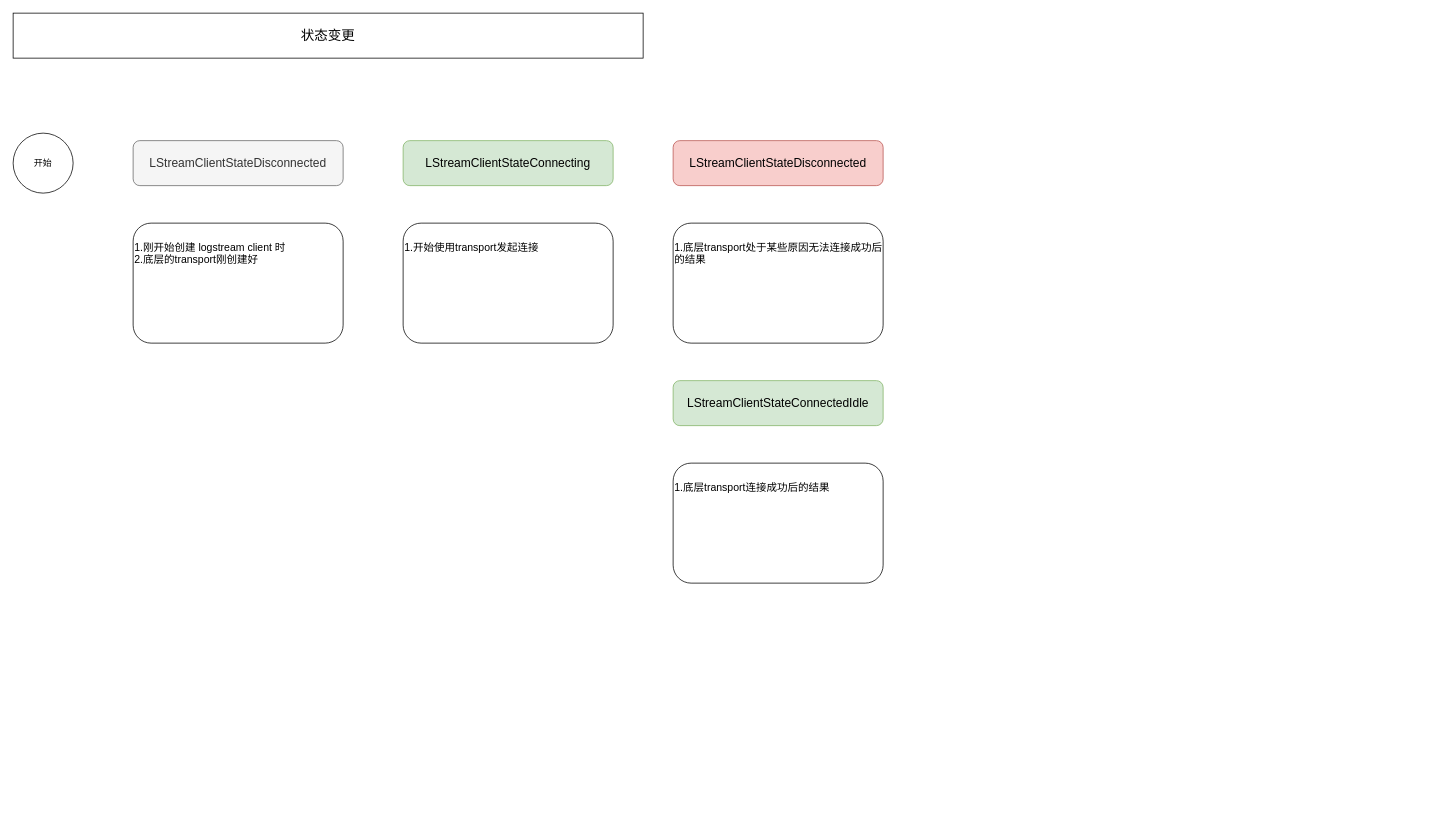
Above: page "logstream client" (2 of 2) of docs/analyze/nerdlog.drawio in mawen12/nerdlog (draw.io), before the change. Source tidied: cells renumbered, new cells numbered last; positions are measured from the earlier drawing's top-left corner, leaving out a move shared by most shapes. Both pictures are drawn from the tidied source at 75%, with x=0, y=0 at pixel (13, 13).
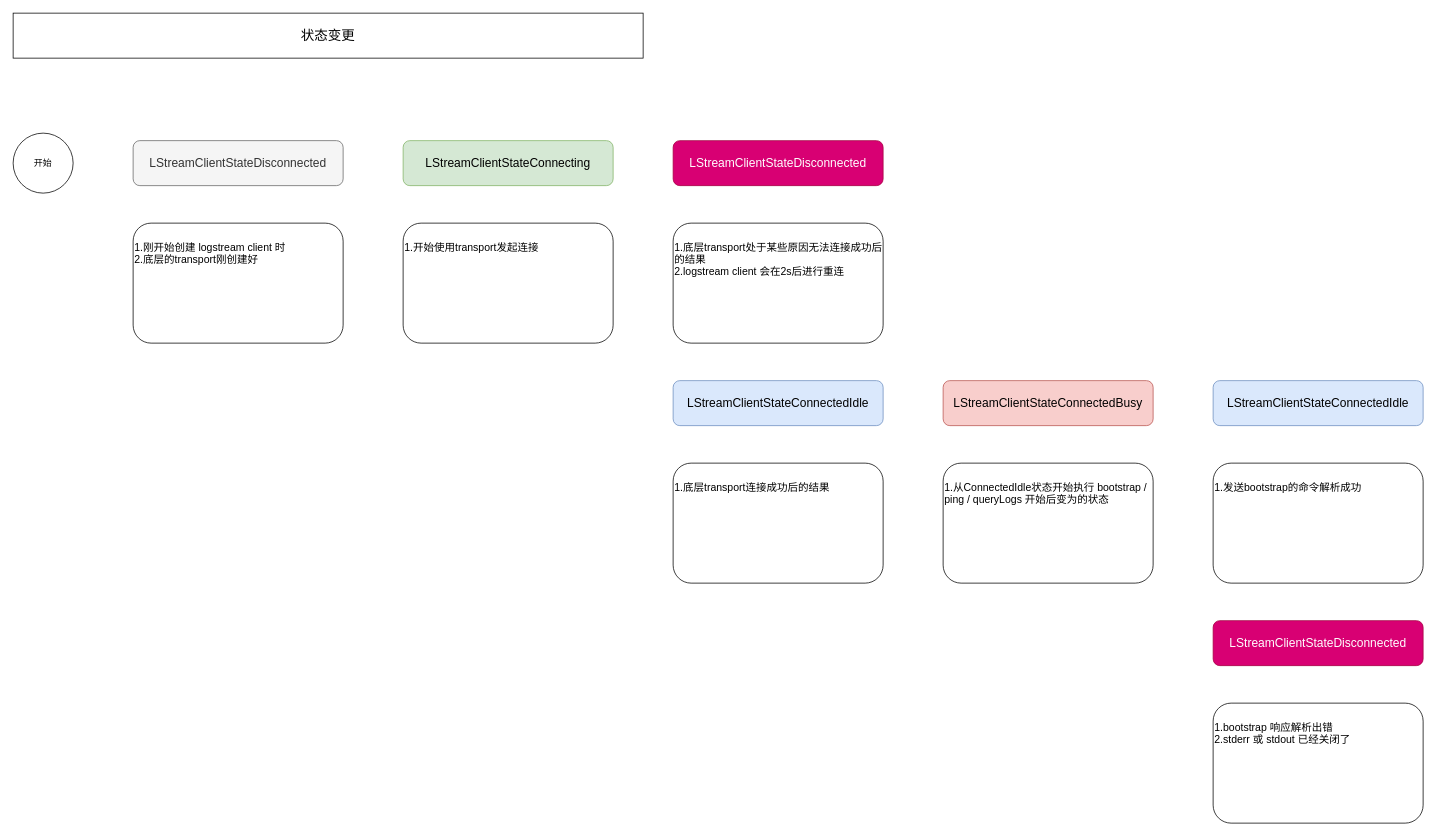
The same diagram, later.

Diff of the diagram source:
```diff
@@
 <mxGraphModel>
   <root>
     <mxCell id="0" />
     <mxCell id="1" parent="0" />
     <mxCell id="2" value="状态变更" style="rounded=0;whiteSpace=wrap;html=1;fontSize=18;" parent="1" vertex="1">
       <mxGeometry width="840" height="60" as="geometry" />
     </mxCell>
     <mxCell id="3" value="开始" style="ellipse;whiteSpace=wrap;html=1;" parent="1" vertex="1">
       <mxGeometry y="160" width="80" height="80" as="geometry" />
     </mxCell>
     <mxCell id="4" value="&lt;span&gt;LStreamClientStateDisconnected&lt;/span&gt;" style="rounded=1;whiteSpace=wrap;html=1;fontSize=16;labelBorderColor=none;labelBackgroundColor=none;fillColor=#f5f5f5;fontColor=#333333;strokeColor=#666666;" parent="1" vertex="1">
       <mxGeometry x="160" y="170" width="280" height="60" as="geometry" />
     </mxCell>
     <mxCell id="5" value="LStreamClientStateConnecting" style="rounded=1;whiteSpace=wrap;html=1;fontSize=16;labelBorderColor=none;labelBackgroundColor=none;fillColor=#d5e8d4;strokeColor=#82b366;" parent="1" vertex="1">
       <mxGeometry x="520" y="170" width="280" height="60" as="geometry" />
     </mxCell>
     <mxCell id="6" value="&lt;div&gt;&lt;br&gt;&lt;/div&gt;&lt;div&gt;1.刚开始创建 logstream client 时&lt;/div&gt;&lt;div&gt;2.底层的transport刚创建好&lt;/div&gt;&lt;div&gt;&lt;br&gt;&lt;/div&gt;" style="rounded=1;whiteSpace=wrap;html=1;align=left;verticalAlign=top;fontSize=14;" parent="1" vertex="1">
       <mxGeometry x="160" y="280" width="280" height="160" as="geometry" />
     </mxCell>
     <mxCell id="7" value="&lt;div&gt;&lt;br&gt;&lt;/div&gt;&lt;div&gt;1.开始使用transport发起连接&lt;/div&gt;&lt;div&gt;&lt;br&gt;&lt;/div&gt;" style="rounded=1;whiteSpace=wrap;html=1;align=left;verticalAlign=top;fontSize=14;" parent="1" vertex="1">
       <mxGeometry x="520" y="280" width="280" height="160" as="geometry" />
     </mxCell>
-    <mxCell id="8" value="LStreamClientStateDisconnected" style="rounded=1;whiteSpace=wrap;html=1;fontSize=16;labelBorderColor=none;labelBackgroundColor=none;fillColor=#f8cecc;strokeColor=#b85450;" parent="1" vertex="1">
+    <mxCell id="8" value="LStreamClientStateDisconnected" style="rounded=1;whiteSpace=wrap;html=1;fontSize=16;labelBorderColor=none;labelBackgroundColor=none;fillColor=#d80073;strokeColor=#A50040;fontColor=#ffffff;" parent="1" vertex="1">
       <mxGeometry x="880" y="170" width="280" height="60" as="geometry" />
     </mxCell>
-    <mxCell id="9" value="&lt;div&gt;&lt;br&gt;&lt;/div&gt;&lt;div&gt;1.底层transport处于某些原因无法连接成功后的结果&lt;/div&gt;&lt;div&gt;&lt;br&gt;&lt;/div&gt;" style="rounded=1;whiteSpace=wrap;html=1;align=left;verticalAlign=top;fontSize=14;" parent="1" vertex="1">
+    <mxCell id="9" value="&lt;div&gt;&lt;br&gt;&lt;/div&gt;&lt;div&gt;1.底层transport处于某些原因无法连接成功后的结果&lt;/div&gt;&lt;div&gt;2.logstream client 会在2s后进行重连&lt;/div&gt;&lt;div&gt;&lt;br&gt;&lt;/div&gt;" style="rounded=1;whiteSpace=wrap;html=1;align=left;verticalAlign=top;fontSize=14;" parent="1" vertex="1">
       <mxGeometry x="880" y="280" width="280" height="160" as="geometry" />
     </mxCell>
-    <mxCell id="10" value="LStreamClientStateConnectedIdle" style="rounded=1;whiteSpace=wrap;html=1;fontSize=16;labelBorderColor=none;labelBackgroundColor=none;fillColor=#d5e8d4;strokeColor=#82b366;" parent="1" vertex="1">
+    <mxCell id="10" value="LStreamClientStateConnectedIdle" style="rounded=1;whiteSpace=wrap;html=1;fontSize=16;labelBorderColor=none;labelBackgroundColor=none;fillColor=#dae8fc;strokeColor=#6c8ebf;" parent="1" vertex="1">
       <mxGeometry x="880" y="490" width="280" height="60" as="geometry" />
     </mxCell>
     <mxCell id="11" value="&lt;div&gt;&lt;br&gt;&lt;/div&gt;&lt;div&gt;1.底层transport连接成功后的结果&lt;/div&gt;&lt;div&gt;&lt;br&gt;&lt;/div&gt;" style="rounded=1;whiteSpace=wrap;html=1;align=left;verticalAlign=top;fontSize=14;" parent="1" vertex="1">
       <mxGeometry x="880" y="600" width="280" height="160" as="geometry" />
     </mxCell>
+    <mxCell id="12" value="LStreamClientStateConnectedBusy" style="rounded=1;whiteSpace=wrap;html=1;fontSize=16;labelBorderColor=none;labelBackgroundColor=none;fillColor=#f8cecc;strokeColor=#b85450;" parent="1" vertex="1">
+      <mxGeometry x="1240" y="490" width="280" height="60" as="geometry" />
+    </mxCell>
+    <mxCell id="13" value="&lt;div&gt;&lt;br&gt;&lt;/div&gt;&lt;div&gt;1.从ConnectedIdle状态开始执行 bootstrap / ping / queryLogs 开始后变为的状态&lt;/div&gt;&lt;div&gt;&lt;br&gt;&lt;/div&gt;" style="rounded=1;whiteSpace=wrap;html=1;align=left;verticalAlign=top;fontSize=14;" parent="1" vertex="1">
+      <mxGeometry x="1240" y="600" width="280" height="160" as="geometry" />
+    </mxCell>
+    <mxCell id="14" value="LStreamClientStateConnectedIdle" style="rounded=1;whiteSpace=wrap;html=1;fontSize=16;labelBorderColor=none;labelBackgroundColor=none;fillColor=#dae8fc;strokeColor=#6c8ebf;" parent="1" vertex="1">
+      <mxGeometry x="1600" y="490" width="280" height="60" as="geometry" />
+    </mxCell>
+    <mxCell id="15" value="&lt;div&gt;&lt;br&gt;&lt;/div&gt;&lt;div&gt;1.发送bootstrap的命令解析成功&lt;/div&gt;&lt;div&gt;&lt;br&gt;&lt;/div&gt;" style="rounded=1;whiteSpace=wrap;html=1;align=left;verticalAlign=top;fontSize=14;" parent="1" vertex="1">
+      <mxGeometry x="1600" y="600" width="280" height="160" as="geometry" />
+    </mxCell>
+    <mxCell id="16" value="LStreamClientStateDisconnected" style="rounded=1;whiteSpace=wrap;html=1;fontSize=16;labelBorderColor=none;labelBackgroundColor=none;fillColor=#d80073;strokeColor=#A50040;fontColor=#ffffff;" parent="1" vertex="1">
+      <mxGeometry x="1600" y="810" width="280" height="60" as="geometry" />
+    </mxCell>
+    <mxCell id="17" value="&lt;div&gt;&lt;br&gt;&lt;/div&gt;&lt;div&gt;1.bootstrap 响应解析出错&lt;/div&gt;&lt;div&gt;2.stderr 或 stdout 已经关闭了&lt;/div&gt;" style="rounded=1;whiteSpace=wrap;html=1;align=left;verticalAlign=top;fontSize=14;" parent="1" vertex="1">
+      <mxGeometry x="1600" y="920" width="280" height="160" as="geometry" />
+    </mxCell>
   </root>
 </mxGraphModel>
```
